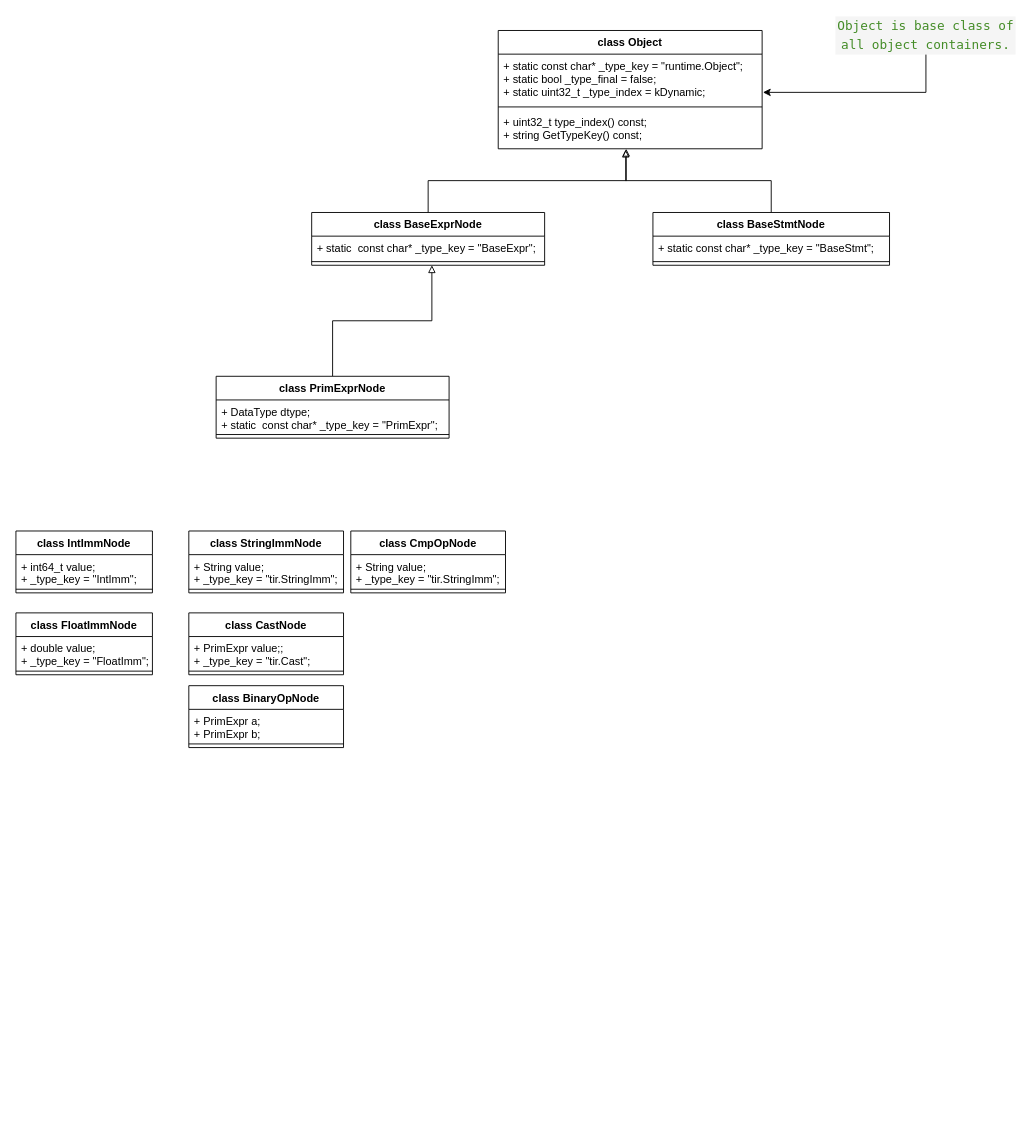
Above: 2020/Untitled Diagram.drawio in Vernlium/vernlium.github.io (draw.io), before the change. Source tidied: cells renumbered, new cells numbered last; positions are measured from the earlier drawing's top-left corner, leaving out a move shared by most shapes. Both pictures are drawn from the tidied source at 91%, with x=0, y=0 at pixel (15, 21).
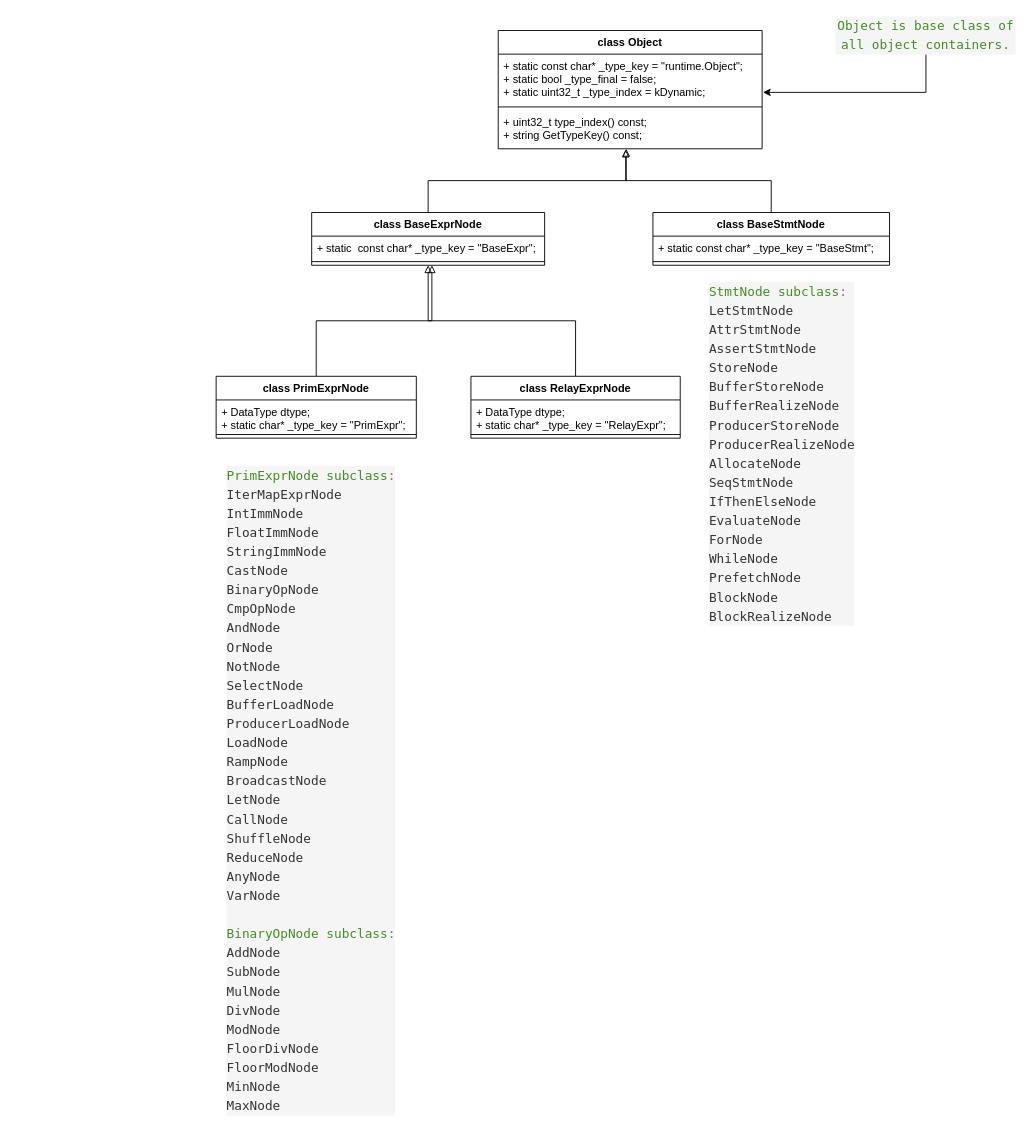
Above is the later version.

Unchanged cells that the change refers to:
```xml
<mxCell id="7" value="class BaseExprNode" style="swimlane;fontStyle=1;align=center;verticalAlign=top;horizontal=1;startSize=26;" parent="1" vertex="1">
  <mxGeometry x="325" y="210" width="256" height="58" as="geometry" />
</mxCell>
```

What changed in the source:
```diff
@@
+    <mxCell id="38" style="edgeStyle=orthogonalEdgeStyle;rounded=0;jettySize=auto;html=1;exitX=0.5;exitY=1;exitDx=0;exitDy=0;endArrow=block;endFill=0;" parent="1" edge="1" source="7">
+      <mxGeometry relative="1" as="geometry">
+        <mxPoint x="453" y="267.9" as="targetPoint" />
+      </mxGeometry>
+    </mxCell>
@@
     <mxCell id="17" value="class PrimExprNode" style="swimlane;fontStyle=1;align=center;verticalAlign=top;horizontal=1;startSize=26;" parent="1" vertex="1">
-      <mxGeometry x="220" y="390" width="256" height="68" as="geometry" />
+      <mxGeometry x="220" y="390" width="220" height="68" as="geometry" />
     </mxCell>
-    <mxCell id="18" value="+ DataType dtype;&#10;+ static  const char* _type_key = &quot;PrimExpr&quot;;" style="text;strokeColor=none;fillColor=none;align=left;verticalAlign=top;spacingLeft=4;spacingRight=4;overflow=hidden;" parent="17" vertex="1">
-      <mxGeometry y="26" width="256" height="34" as="geometry" />
+    <mxCell id="18" value="+ DataType dtype;&#10;+ static char* _type_key = &quot;PrimExpr&quot;;" style="text;strokeColor=none;fillColor=none;align=left;verticalAlign=top;spacingLeft=4;spacingRight=4;overflow=hidden;" parent="17" vertex="1">
+      <mxGeometry y="26" width="220" height="34" as="geometry" />
     </mxCell>
     <mxCell id="19" style="line;strokeWidth=1;fillColor=none;align=left;verticalAlign=middle;spacingTop=-1;spacingLeft=3;spacingRight=3;labelPosition=right;" parent="17" vertex="1">
-      <mxGeometry y="60" width="256" height="8" as="geometry" />
+      <mxGeometry y="60" width="220" height="8" as="geometry" />
     </mxCell>
-    <mxCell id="20" value="class IntImmNode" style="swimlane;fontStyle=1;align=center;verticalAlign=top;horizontal=1;startSize=26;" parent="1" vertex="1">
-      <mxGeometry y="560" width="150" height="68" as="geometry" />
-    </mxCell>
-    <mxCell id="21" value="+ int64_t value;&#10;+ _type_key = &quot;IntImm&quot;;" style="text;strokeColor=none;fillColor=none;align=left;verticalAlign=top;spacingLeft=4;spacingRight=4;overflow=hidden;" parent="20" vertex="1">
-      <mxGeometry y="26" width="150" height="34" as="geometry" />
-    </mxCell>
-    <mxCell id="22" style="line;strokeWidth=1;fillColor=none;align=left;verticalAlign=middle;spacingTop=-1;spacingLeft=3;spacingRight=3;labelPosition=right;" parent="20" vertex="1">
-      <mxGeometry y="60" width="150" height="8" as="geometry" />
-    </mxCell>
-    <mxCell id="23" value="class FloatImmNode" style="swimlane;fontStyle=1;align=center;verticalAlign=top;horizontal=1;startSize=26;" parent="1" vertex="1">
-      <mxGeometry y="650" width="150" height="68" as="geometry" />
-    </mxCell>
-    <mxCell id="24" value="+ double value;&#10;+ _type_key = &quot;FloatImm&quot;;" style="text;strokeColor=none;fillColor=none;align=left;verticalAlign=top;spacingLeft=4;spacingRight=4;overflow=hidden;" parent="23" vertex="1">
-      <mxGeometry y="26" width="150" height="34" as="geometry" />
-    </mxCell>
-    <mxCell id="25" style="line;strokeWidth=1;fillColor=none;align=left;verticalAlign=middle;spacingTop=-1;spacingLeft=3;spacingRight=3;labelPosition=right;" parent="23" vertex="1">
-      <mxGeometry y="60" width="150" height="8" as="geometry" />
-    </mxCell>
-    <mxCell id="26" value="class StringImmNode" style="swimlane;fontStyle=1;align=center;verticalAlign=top;horizontal=1;startSize=26;" parent="1" vertex="1">
-      <mxGeometry x="190" y="560" width="170" height="68" as="geometry" />
-    </mxCell>
-    <mxCell id="27" value="+ String value;&#10;+ _type_key = &quot;tir.StringImm&quot;;" style="text;strokeColor=none;fillColor=none;align=left;verticalAlign=top;spacingLeft=4;spacingRight=4;overflow=hidden;" parent="26" vertex="1">
-      <mxGeometry y="26" width="170" height="34" as="geometry" />
-    </mxCell>
-    <mxCell id="28" style="line;strokeWidth=1;fillColor=none;align=left;verticalAlign=middle;spacingTop=-1;spacingLeft=3;spacingRight=3;labelPosition=right;" parent="26" vertex="1">
-      <mxGeometry y="60" width="170" height="8" as="geometry" />
-    </mxCell>
-    <mxCell id="29" value="class CastNode" style="swimlane;fontStyle=1;align=center;verticalAlign=top;horizontal=1;startSize=26;" parent="1" vertex="1">
-      <mxGeometry x="190" y="650" width="170" height="68" as="geometry" />
-    </mxCell>
-    <mxCell id="30" value="+ PrimExpr value;;&#10;+ _type_key = &quot;tir.Cast&quot;;" style="text;strokeColor=none;fillColor=none;align=left;verticalAlign=top;spacingLeft=4;spacingRight=4;overflow=hidden;" parent="29" vertex="1">
-      <mxGeometry y="26" width="170" height="34" as="geometry" />
-    </mxCell>
-    <mxCell id="31" style="line;strokeWidth=1;fillColor=none;align=left;verticalAlign=middle;spacingTop=-1;spacingLeft=3;spacingRight=3;labelPosition=right;" parent="29" vertex="1">
-      <mxGeometry y="60" width="170" height="8" as="geometry" />
-    </mxCell>
-    <mxCell id="32" value="class BinaryOpNode" style="swimlane;fontStyle=1;align=center;verticalAlign=top;horizontal=1;startSize=26;" parent="1" vertex="1">
-      <mxGeometry x="190" y="730" width="170" height="68" as="geometry" />
-    </mxCell>
-    <mxCell id="33" value="+ PrimExpr a;&#10;+ PrimExpr b;" style="text;strokeColor=none;fillColor=none;align=left;verticalAlign=top;spacingLeft=4;spacingRight=4;overflow=hidden;" parent="32" vertex="1">
-      <mxGeometry y="26" width="170" height="34" as="geometry" />
-    </mxCell>
-    <mxCell id="34" style="line;strokeWidth=1;fillColor=none;align=left;verticalAlign=middle;spacingTop=-1;spacingLeft=3;spacingRight=3;labelPosition=right;" parent="32" vertex="1">
-      <mxGeometry y="60" width="170" height="8" as="geometry" />
-    </mxCell>
-    <mxCell id="35" value="class CmpOpNode" style="swimlane;fontStyle=1;align=center;verticalAlign=top;horizontal=1;startSize=26;" parent="1" vertex="1">
-      <mxGeometry x="368" y="560" width="170" height="68" as="geometry" />
-    </mxCell>
-    <mxCell id="36" value="+ String value;&#10;+ _type_key = &quot;tir.StringImm&quot;;" style="text;strokeColor=none;fillColor=none;align=left;verticalAlign=top;spacingLeft=4;spacingRight=4;overflow=hidden;" parent="35" vertex="1">
-      <mxGeometry y="26" width="170" height="34" as="geometry" />
-    </mxCell>
-    <mxCell id="37" style="line;strokeWidth=1;fillColor=none;align=left;verticalAlign=middle;spacingTop=-1;spacingLeft=3;spacingRight=3;labelPosition=right;" parent="35" vertex="1">
-      <mxGeometry y="60" width="170" height="8" as="geometry" />
-    </mxCell>
+    <mxCell id="39" style="edgeStyle=orthogonalEdgeStyle;rounded=0;jettySize=auto;html=1;exitX=0.5;exitY=0;exitDx=0;exitDy=0;endArrow=block;endFill=0;entryX=0.5;entryY=1;entryDx=0;entryDy=0;" parent="1" edge="1" source="40" target="7">
+      <mxGeometry relative="1" as="geometry" />
+    </mxCell>
+    <mxCell id="40" value="class RelayExprNode" style="swimlane;fontStyle=1;align=center;verticalAlign=top;horizontal=1;startSize=26;" parent="1" vertex="1">
+      <mxGeometry x="500" y="390" width="230" height="68" as="geometry" />
+    </mxCell>
+    <mxCell id="41" value="+ DataType dtype;&#10;+ static char* _type_key = &quot;RelayExpr&quot;;" style="text;strokeColor=none;fillColor=none;align=left;verticalAlign=top;spacingLeft=4;spacingRight=4;overflow=hidden;" parent="40" vertex="1">
+      <mxGeometry y="26" width="230" height="34" as="geometry" />
+    </mxCell>
+    <mxCell id="42" style="line;strokeWidth=1;fillColor=none;align=left;verticalAlign=middle;spacingTop=-1;spacingLeft=3;spacingRight=3;labelPosition=right;" parent="40" vertex="1">
+      <mxGeometry y="60" width="230" height="8" as="geometry" />
+    </mxCell>
+    <mxCell id="43" value="&lt;div style=&quot;color: rgb(51 , 51 , 51) ; background-color: rgb(245 , 245 , 245) ; font-family: &amp;quot;menlo&amp;quot; , &amp;quot;monaco&amp;quot; , &amp;quot;courier new&amp;quot; , monospace ; font-size: 14px ; line-height: 21px&quot;&gt;&lt;div style=&quot;font-family: &amp;quot;menlo&amp;quot; , &amp;quot;monaco&amp;quot; , &amp;quot;courier new&amp;quot; , monospace ; line-height: 21px&quot;&gt;&lt;div&gt;&lt;span style=&quot;color: rgb(68 , 140 , 39)&quot;&gt;PrimExprNode subclass&lt;/span&gt;&lt;span style=&quot;color: rgb(119 , 119 , 119)&quot;&gt;:&lt;/span&gt;&lt;/div&gt;&lt;div&gt;IterMapExprNode&lt;/div&gt;&lt;div&gt;IntImmNode&lt;/div&gt;&lt;div&gt;FloatImmNode&lt;/div&gt;&lt;div&gt;StringImmNode&lt;/div&gt;&lt;div&gt;CastNode&lt;/div&gt;&lt;div&gt;BinaryOpNode&lt;/div&gt;&lt;div&gt;CmpOpNode&lt;/div&gt;&lt;div&gt;AndNode&lt;/div&gt;&lt;div&gt;OrNode&lt;/div&gt;&lt;div&gt;NotNode&lt;/div&gt;&lt;div&gt;SelectNode&lt;/div&gt;&lt;div&gt;BufferLoadNode&lt;/div&gt;&lt;div&gt;ProducerLoadNode&lt;/div&gt;&lt;div&gt;LoadNode&lt;/div&gt;&lt;div&gt;RampNode&lt;/div&gt;&lt;div&gt;BroadcastNode&lt;/div&gt;&lt;div&gt;LetNode&lt;/div&gt;&lt;div&gt;CallNode&lt;/div&gt;&lt;div&gt;ShuffleNode&lt;/div&gt;&lt;div&gt;ReduceNode&lt;/div&gt;&lt;div&gt;AnyNode&lt;/div&gt;&lt;div&gt;VarNode&lt;/div&gt;&lt;br&gt;&lt;div&gt;&lt;span style=&quot;color: rgb(68 , 140 , 39)&quot;&gt;BinaryOpNode subclass&lt;/span&gt;&lt;span style=&quot;color: rgb(119 , 119 , 119)&quot;&gt;:&lt;/span&gt;&lt;/div&gt;&lt;div&gt;AddNode&lt;/div&gt;&lt;div&gt;SubNode&lt;/div&gt;&lt;div&gt;MulNode&lt;/div&gt;&lt;div&gt;DivNode&lt;/div&gt;&lt;div&gt;ModNode&lt;/div&gt;&lt;div&gt;FloorDivNode&lt;/div&gt;&lt;div&gt;FloorModNode&lt;/div&gt;&lt;div&gt;MinNode&lt;/div&gt;&lt;div&gt;MaxNode&lt;/div&gt;&lt;/div&gt;&lt;/div&gt;" style="text;html=1;strokeColor=none;fillColor=none;align=left;verticalAlign=middle;whiteSpace=wrap;rounded=0;" parent="1" vertex="1">
+      <mxGeometry x="230" y="480" width="200" height="730" as="geometry" />
+    </mxCell>
+    <mxCell id="44" value="&lt;div style=&quot;color: rgb(51 , 51 , 51) ; background-color: rgb(245 , 245 , 245) ; font-family: &amp;quot;menlo&amp;quot; , &amp;quot;monaco&amp;quot; , &amp;quot;courier new&amp;quot; , monospace ; font-size: 14px ; line-height: 21px&quot;&gt;&lt;div style=&quot;font-family: &amp;quot;menlo&amp;quot; , &amp;quot;monaco&amp;quot; , &amp;quot;courier new&amp;quot; , monospace ; line-height: 21px&quot;&gt;&lt;div&gt;&lt;span style=&quot;color: rgb(68 , 140 , 39)&quot;&gt;StmtNode subclass&lt;/span&gt;&lt;span style=&quot;color: rgb(119 , 119 , 119)&quot;&gt;:&lt;/span&gt;&lt;/div&gt;&lt;div&gt;LetStmtNode&lt;/div&gt;&lt;div&gt;AttrStmtNode&lt;/div&gt;&lt;div&gt;AssertStmtNode&lt;/div&gt;&lt;div&gt;StoreNode&lt;/div&gt;&lt;div&gt;BufferStoreNode&lt;/div&gt;&lt;div&gt;BufferRealizeNode&lt;/div&gt;&lt;div&gt;ProducerStoreNode&lt;/div&gt;&lt;div&gt;ProducerRealizeNode&lt;/div&gt;&lt;div&gt;AllocateNode&lt;/div&gt;&lt;div&gt;SeqStmtNode&lt;/div&gt;&lt;div&gt;IfThenElseNode&lt;/div&gt;&lt;div&gt;EvaluateNode&lt;/div&gt;&lt;div&gt;ForNode&lt;/div&gt;&lt;div&gt;WhileNode&lt;/div&gt;&lt;div&gt;PrefetchNode&lt;/div&gt;&lt;div&gt;BlockNode&lt;/div&gt;&lt;div&gt;BlockRealizeNode&lt;/div&gt;&lt;/div&gt;&lt;/div&gt;" style="text;html=1;strokeColor=none;fillColor=none;align=left;verticalAlign=middle;whiteSpace=wrap;rounded=0;" parent="1" vertex="1">
+      <mxGeometry x="760" y="310" width="200" height="330" as="geometry" />
+    </mxCell>
```
